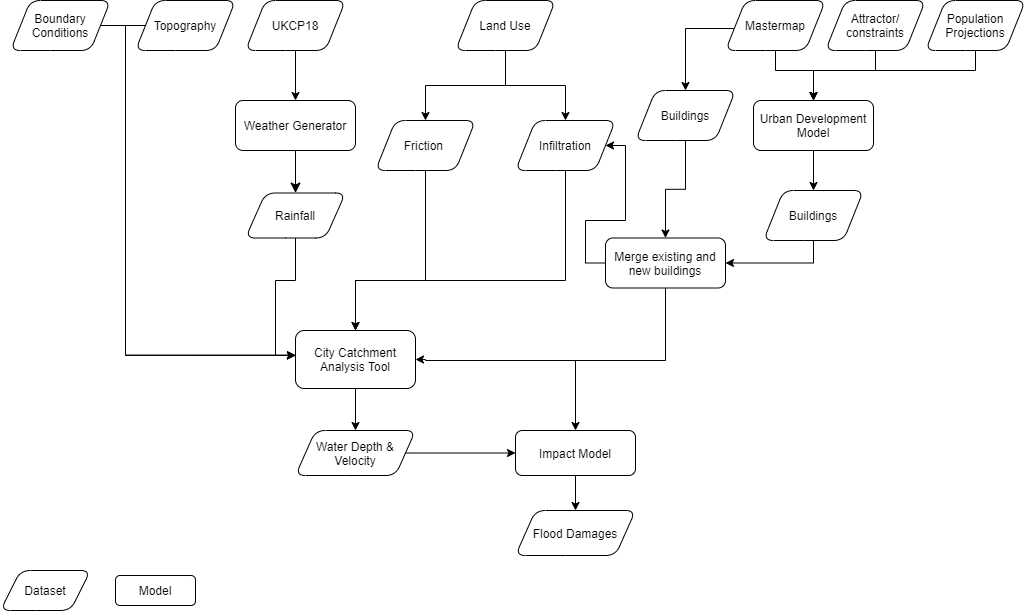
Earlier version of the draw.io export flood/openclim-flood-workflow.png (OpenCLIM/workflow-diagrams). Source tidied: cells renumbered, new cells last; positions are measured from the earlier drawing's top-left corner, leaving out a move shared by most shapes.
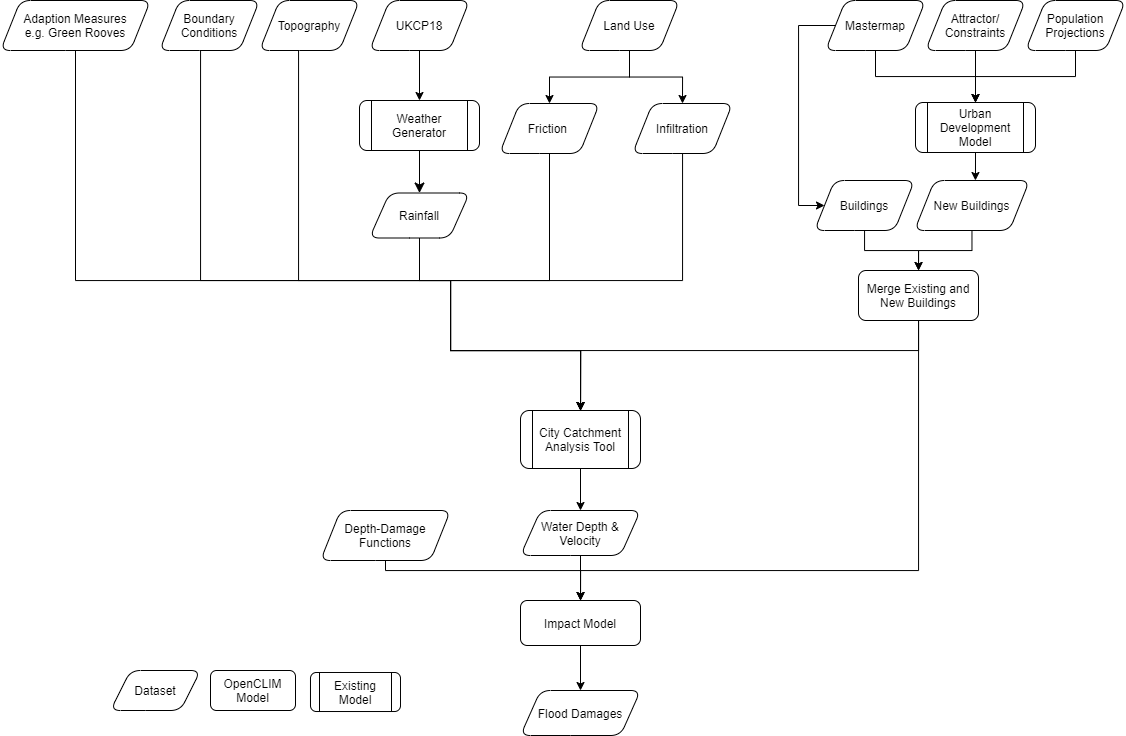
After the change.

Diff of the diagram source:
```diff
@@ -5,85 +5,71 @@
     <mxCell id="2" style="rounded=0;html=1;jettySize=auto;fontSize=11;endArrow=classic;endFill=1;endSize=8;strokeWidth=1;shadow=0;labelBackgroundColor=none;edgeStyle=orthogonalEdgeStyle;entryX=0.5;entryY=0;entryDx=0;entryDy=0;" parent="1" edge="1" source="3" target="26">
       <mxGeometry relative="1" as="geometry" />
     </mxCell>
-    <mxCell id="3" value="Weather Generator" style="rounded=1;whiteSpace=wrap;html=1;fontSize=12;glass=0;strokeWidth=1;shadow=0;" parent="1" vertex="1">
-      <mxGeometry x="235" y="100" width="120" height="50" as="geometry" />
+    <mxCell id="3" value="Weather Generator" style="shape=process;whiteSpace=wrap;html=1;backgroundOutline=1;shadow=0;fontFamily=Helvetica;fontSize=12;fontColor=#000000;align=center;strokeColor=#000000;strokeWidth=1;fillColor=#ffffff;rounded=1;" parent="1" vertex="1">
+      <mxGeometry x="114" y="100" width="120" height="50" as="geometry" />
     </mxCell>
     <mxCell id="4" style="edgeStyle=orthogonalEdgeStyle;rounded=0;jettySize=auto;html=1;" parent="1" edge="1" source="5" target="3">
       <mxGeometry relative="1" as="geometry" />
     </mxCell>
     <mxCell id="5" value="UKCP18" style="shape=parallelogram;perimeter=parallelogramPerimeter;whiteSpace=wrap;html=1;fixedSize=1;rounded=1;" parent="1" vertex="1">
-      <mxGeometry x="245" width="100" height="50" as="geometry" />
+      <mxGeometry x="124" width="100" height="50" as="geometry" />
     </mxCell>
-    <mxCell id="6" style="edgeStyle=orthogonalEdgeStyle;rounded=0;jettySize=auto;html=1;entryX=0.5;entryY=0;entryDx=0;entryDy=0;exitX=0.5;exitY=1;exitDx=0;exitDy=0;" parent="1" edge="1" source="7" target="9">
-      <mxGeometry relative="1" as="geometry">
-        <Array as="points">
-          <mxPoint x="975" y="70" />
-          <mxPoint x="813" y="70" />
-        </Array>
-      </mxGeometry>
+    <mxCell id="6" style="edgeStyle=orthogonalEdgeStyle;rounded=0;jettySize=auto;html=1;" parent="1" edge="1" source="7" target="9">
+      <mxGeometry relative="1" as="geometry" />
     </mxCell>
     <mxCell id="7" value="Population Projections" style="shape=parallelogram;perimeter=parallelogramPerimeter;whiteSpace=wrap;html=1;fixedSize=1;rounded=1;" parent="1" vertex="1">
-      <mxGeometry x="925" width="100" height="50" as="geometry" />
+      <mxGeometry x="780" width="100" height="50" as="geometry" />
     </mxCell>
-    <mxCell id="8" style="edgeStyle=orthogonalEdgeStyle;rounded=0;jettySize=auto;html=1;exitX=0.5;exitY=1;exitDx=0;exitDy=0;entryX=0.5;entryY=0;entryDx=0;entryDy=0;" parent="1" edge="1" source="9" target="13">
+    <mxCell id="8" style="edgeStyle=orthogonalEdgeStyle;rounded=0;jettySize=auto;html=1;entryX=0.53;entryY=0;entryDx=0;entryDy=0;entryPerimeter=0;" parent="1" edge="1" source="9" target="13">
       <mxGeometry relative="1" as="geometry" />
     </mxCell>
-    <mxCell id="9" value="Urban Development Model" style="rounded=1;whiteSpace=wrap;html=1;fontSize=12;glass=0;strokeWidth=1;shadow=0;" parent="1" vertex="1">
-      <mxGeometry x="753" y="100" width="120" height="50" as="geometry" />
+    <mxCell id="9" value="Urban Development Model" style="shape=process;whiteSpace=wrap;html=1;backgroundOutline=1;shadow=0;fontFamily=Helvetica;fontSize=12;fontColor=#000000;align=center;strokeColor=#000000;strokeWidth=1;fillColor=#ffffff;rounded=1;" parent="1" vertex="1">
+      <mxGeometry x="670" y="102" width="120" height="50" as="geometry" />
     </mxCell>
-    <mxCell id="10" style="edgeStyle=orthogonalEdgeStyle;rounded=0;jettySize=auto;html=1;entryX=-0.001;entryY=0.43;entryDx=0;entryDy=0;entryPerimeter=0;" parent="1" edge="1" source="11" target="24">
+    <mxCell id="10" style="edgeStyle=orthogonalEdgeStyle;rounded=0;jettySize=auto;html=1;entryX=0.5;entryY=0;entryDx=0;entryDy=0;" parent="1" edge="1" source="11" target="24">
       <mxGeometry relative="1" as="geometry">
         <Array as="points">
-          <mxPoint x="125" y="25" />
-          <mxPoint x="125" y="355" />
+          <mxPoint x="-45" y="280" />
+          <mxPoint x="205" y="280" />
+          <mxPoint x="205" y="350" />
+          <mxPoint x="335" y="350" />
         </Array>
       </mxGeometry>
     </mxCell>
     <mxCell id="11" value="Boundary Conditions" style="shape=parallelogram;perimeter=parallelogramPerimeter;whiteSpace=wrap;html=1;fixedSize=1;rounded=1;" parent="1" vertex="1">
-      <mxGeometry x="10" width="100" height="50" as="geometry" />
+      <mxGeometry x="-86" width="100" height="50" as="geometry" />
     </mxCell>
-    <mxCell id="12" style="edgeStyle=orthogonalEdgeStyle;rounded=0;jettySize=auto;html=1;exitX=0.5;exitY=1;exitDx=0;exitDy=0;" parent="1" edge="1" source="13" target="42">
+    <mxCell id="12" style="edgeStyle=orthogonalEdgeStyle;rounded=0;jettySize=auto;html=1;entryX=0.5;entryY=0;entryDx=0;entryDy=0;" parent="1" edge="1" source="13" target="42">
       <mxGeometry relative="1" as="geometry" />
     </mxCell>
-    <mxCell id="13" value="Buildings" style="shape=parallelogram;perimeter=parallelogramPerimeter;whiteSpace=wrap;html=1;fixedSize=1;rounded=1;" parent="1" vertex="1">
-      <mxGeometry x="763" y="190" width="100" height="50" as="geometry" />
+    <mxCell id="13" value="New Buildings" style="shape=parallelogram;perimeter=parallelogramPerimeter;whiteSpace=wrap;html=1;fixedSize=1;rounded=1;" parent="1" vertex="1">
+      <mxGeometry x="669" y="180" width="115" height="50" as="geometry" />
     </mxCell>
     <mxCell id="14" style="edgeStyle=orthogonalEdgeStyle;rounded=0;jettySize=auto;html=1;entryX=0.5;entryY=0;entryDx=0;entryDy=0;" parent="1" edge="1" source="16" target="9">
-      <mxGeometry relative="1" as="geometry">
-        <Array as="points">
-          <mxPoint x="775" y="70" />
-          <mxPoint x="813" y="70" />
-        </Array>
-      </mxGeometry>
+      <mxGeometry relative="1" as="geometry" />
     </mxCell>
-    <mxCell id="15" style="edgeStyle=orthogonalEdgeStyle;rounded=0;jettySize=auto;html=1;entryX=0.5;entryY=0;entryDx=0;entryDy=0;" parent="1" edge="1" source="16" target="38">
+    <mxCell id="15" style="edgeStyle=orthogonalEdgeStyle;rounded=0;jettySize=auto;html=1;" parent="1" edge="1" source="16" target="38">
       <mxGeometry relative="1" as="geometry">
         <Array as="points">
-          <mxPoint x="685" y="28" />
+          <mxPoint x="553" y="25" />
         </Array>
       </mxGeometry>
     </mxCell>
     <mxCell id="16" value="Mastermap" style="shape=parallelogram;perimeter=parallelogramPerimeter;whiteSpace=wrap;html=1;fixedSize=1;rounded=1;" parent="1" vertex="1">
-      <mxGeometry x="725" width="100" height="50" as="geometry" />
+      <mxGeometry x="580" width="100" height="50" as="geometry" />
     </mxCell>
-    <mxCell id="17" style="edgeStyle=orthogonalEdgeStyle;rounded=0;jettySize=auto;html=1;entryX=0;entryY=0.424;entryDx=0;entryDy=0;entryPerimeter=0;" parent="1" edge="1" source="31" target="24">
-      <mxGeometry relative="1" as="geometry">
-        <Array as="points">
-          <mxPoint x="125" y="25" />
-          <mxPoint x="125" y="355" />
-        </Array>
-      </mxGeometry>
-    </mxCell>
     <mxCell id="18" style="edgeStyle=orthogonalEdgeStyle;rounded=0;jettySize=auto;html=1;entryX=0.5;entryY=0;entryDx=0;entryDy=0;" parent="1" edge="1" source="19" target="24">
       <mxGeometry relative="1" as="geometry">
         <Array as="points">
-          <mxPoint x="425" y="280" />
-          <mxPoint x="355" y="280" />
+          <mxPoint x="304" y="280" />
+          <mxPoint x="205" y="280" />
+          <mxPoint x="205" y="350" />
+          <mxPoint x="335" y="350" />
         </Array>
       </mxGeometry>
     </mxCell>
     <mxCell id="19" value="Friction&amp;nbsp;" style="shape=parallelogram;perimeter=parallelogramPerimeter;whiteSpace=wrap;html=1;fixedSize=1;rounded=1;" parent="1" vertex="1">
-      <mxGeometry x="375" y="120" width="100" height="50" as="geometry" />
+      <mxGeometry x="254" y="103" width="100" height="50" as="geometry" />
     </mxCell>
     <mxCell id="20" style="edgeStyle=orthogonalEdgeStyle;rounded=0;jettySize=auto;html=1;entryX=0.5;entryY=0;entryDx=0;entryDy=0;" parent="1" edge="1" source="22" target="30">
       <mxGeometry relative="1" as="geometry" />
@@ -92,106 +78,131 @@
       <mxGeometry relative="1" as="geometry" />
     </mxCell>
     <mxCell id="22" value="Land Use" style="shape=parallelogram;perimeter=parallelogramPerimeter;whiteSpace=wrap;html=1;fixedSize=1;rounded=1;" parent="1" vertex="1">
-      <mxGeometry x="455" width="100" height="50" as="geometry" />
+      <mxGeometry x="334" width="100" height="50" as="geometry" />
     </mxCell>
     <mxCell id="23" style="edgeStyle=orthogonalEdgeStyle;rounded=0;jettySize=auto;html=1;entryX=0.5;entryY=0;entryDx=0;entryDy=0;" parent="1" edge="1" source="24" target="33">
       <mxGeometry relative="1" as="geometry" />
     </mxCell>
-    <mxCell id="24" value="City Catchment Analysis Tool" style="rounded=1;whiteSpace=wrap;html=1;fontSize=12;glass=0;strokeWidth=1;shadow=0;" parent="1" vertex="1">
-      <mxGeometry x="295" y="330" width="120" height="58" as="geometry" />
+    <mxCell id="24" value="City Catchment Analysis Tool" style="shape=process;whiteSpace=wrap;html=1;backgroundOutline=1;shadow=0;fontFamily=Helvetica;fontSize=12;fontColor=#000000;align=center;strokeColor=#000000;strokeWidth=1;fillColor=#ffffff;rounded=1;" parent="1" vertex="1">
+      <mxGeometry x="275" y="410" width="120" height="58" as="geometry" />
     </mxCell>
-    <mxCell id="25" style="edgeStyle=orthogonalEdgeStyle;rounded=0;jettySize=auto;html=1;" parent="1" edge="1" source="26" target="24">
+    <mxCell id="25" style="edgeStyle=orthogonalEdgeStyle;rounded=0;jettySize=auto;html=1;entryX=0.5;entryY=0;entryDx=0;entryDy=0;" parent="1" edge="1" source="26" target="24">
       <mxGeometry relative="1" as="geometry">
         <Array as="points">
-          <mxPoint x="295" y="280" />
-          <mxPoint x="275" y="280" />
-          <mxPoint x="275" y="355" />
+          <mxPoint x="174" y="280" />
+          <mxPoint x="205" y="280" />
+          <mxPoint x="205" y="350" />
+          <mxPoint x="335" y="350" />
         </Array>
       </mxGeometry>
     </mxCell>
     <mxCell id="26" value="Rainfall" style="shape=parallelogram;perimeter=parallelogramPerimeter;whiteSpace=wrap;html=1;fixedSize=1;rounded=1;" parent="1" vertex="1">
-      <mxGeometry x="245" y="192.5" width="100" height="45" as="geometry" />
+      <mxGeometry x="124" y="192.5" width="100" height="45" as="geometry" />
     </mxCell>
     <mxCell id="27" value="Dataset" style="shape=parallelogram;perimeter=parallelogramPerimeter;whiteSpace=wrap;html=1;fixedSize=1;rounded=1;" parent="1" vertex="1">
-      <mxGeometry y="570" width="90" height="40" as="geometry" />
+      <mxGeometry x="-135" y="670" width="90" height="40" as="geometry" />
     </mxCell>
-    <mxCell id="28" value="Model" style="rounded=1;whiteSpace=wrap;html=1;fontSize=12;glass=0;strokeWidth=1;shadow=0;" parent="1" vertex="1">
-      <mxGeometry x="115" y="575" width="80" height="30" as="geometry" />
+    <mxCell id="28" value="OpenCLIM Model" style="rounded=1;whiteSpace=wrap;html=1;fontSize=12;glass=0;strokeWidth=1;shadow=0;" parent="1" vertex="1">
+      <mxGeometry x="-35" y="670" width="85" height="40" as="geometry" />
     </mxCell>
     <mxCell id="29" style="edgeStyle=orthogonalEdgeStyle;rounded=0;jettySize=auto;html=1;entryX=0.5;entryY=0;entryDx=0;entryDy=0;" parent="1" edge="1" source="30" target="24">
       <mxGeometry relative="1" as="geometry">
         <Array as="points">
-          <mxPoint x="565" y="280" />
-          <mxPoint x="355" y="280" />
+          <mxPoint x="437" y="280" />
+          <mxPoint x="205" y="280" />
+          <mxPoint x="205" y="350" />
+          <mxPoint x="335" y="350" />
         </Array>
       </mxGeometry>
     </mxCell>
     <mxCell id="30" value="Infiltration" style="shape=parallelogram;perimeter=parallelogramPerimeter;whiteSpace=wrap;html=1;fixedSize=1;rounded=1;" parent="1" vertex="1">
-      <mxGeometry x="515" y="120" width="100" height="50" as="geometry" />
+      <mxGeometry x="387" y="103" width="100" height="50" as="geometry" />
     </mxCell>
+    <mxCell id="17" style="edgeStyle=orthogonalEdgeStyle;rounded=0;jettySize=auto;html=1;" parent="1" edge="1" source="31" target="24">
+      <mxGeometry relative="1" as="geometry">
+        <Array as="points">
+          <mxPoint x="53" y="280" />
+          <mxPoint x="205" y="280" />
+          <mxPoint x="205" y="350" />
+          <mxPoint x="335" y="350" />
+        </Array>
+      </mxGeometry>
+    </mxCell>
     <mxCell id="31" value="Topography" style="shape=parallelogram;perimeter=parallelogramPerimeter;whiteSpace=wrap;html=1;fixedSize=1;rounded=1;" parent="1" vertex="1">
-      <mxGeometry x="135" width="100" height="50" as="geometry" />
+      <mxGeometry x="14" width="100" height="50" as="geometry" />
     </mxCell>
-    <mxCell id="32" style="edgeStyle=orthogonalEdgeStyle;rounded=0;jettySize=auto;html=1;entryX=0;entryY=0.5;entryDx=0;entryDy=0;" parent="1" edge="1" source="33" target="35">
+    <mxCell id="32" style="edgeStyle=orthogonalEdgeStyle;rounded=0;jettySize=auto;html=1;entryX=0.5;entryY=0;entryDx=0;entryDy=0;" parent="1" edge="1" source="33" target="35">
       <mxGeometry relative="1" as="geometry" />
     </mxCell>
     <mxCell id="33" value="Water Depth &amp;amp; Velocity" style="shape=parallelogram;perimeter=parallelogramPerimeter;whiteSpace=wrap;html=1;fixedSize=1;rounded=1;" parent="1" vertex="1">
-      <mxGeometry x="295" y="430" width="120" height="45" as="geometry" />
+      <mxGeometry x="275" y="510" width="120" height="45" as="geometry" />
     </mxCell>
     <mxCell id="34" style="edgeStyle=orthogonalEdgeStyle;rounded=0;jettySize=auto;html=1;entryX=0.5;entryY=0;entryDx=0;entryDy=0;" parent="1" edge="1" source="35" target="36">
       <mxGeometry relative="1" as="geometry" />
     </mxCell>
     <mxCell id="35" value="Impact Model" style="rounded=1;whiteSpace=wrap;html=1;" parent="1" vertex="1">
-      <mxGeometry x="515" y="430" width="120" height="45" as="geometry" />
+      <mxGeometry x="275" y="600" width="120" height="45" as="geometry" />
     </mxCell>
     <mxCell id="36" value="Flood Damages" style="shape=parallelogram;perimeter=parallelogramPerimeter;whiteSpace=wrap;html=1;fixedSize=1;rounded=1;" parent="1" vertex="1">
-      <mxGeometry x="515" y="510" width="120" height="45" as="geometry" />
+      <mxGeometry x="275" y="690" width="120" height="45" as="geometry" />
     </mxCell>
     <mxCell id="37" style="edgeStyle=orthogonalEdgeStyle;rounded=0;jettySize=auto;html=1;" parent="1" edge="1" source="38" target="42">
       <mxGeometry relative="1" as="geometry" />
     </mxCell>
     <mxCell id="38" value="Buildings" style="shape=parallelogram;perimeter=parallelogramPerimeter;whiteSpace=wrap;html=1;fixedSize=1;rounded=1;" parent="1" vertex="1">
-      <mxGeometry x="635" y="90" width="100" height="50" as="geometry" />
+      <mxGeometry x="569" y="180" width="100" height="50" as="geometry" />
     </mxCell>
+    <mxCell id="40" style="edgeStyle=orthogonalEdgeStyle;rounded=0;jettySize=auto;html=1;entryX=0.5;entryY=0;entryDx=0;entryDy=0;" parent="1" edge="1" source="42" target="24">
+      <mxGeometry relative="1" as="geometry">
+        <Array as="points">
+          <mxPoint x="673" y="350" />
+          <mxPoint x="335" y="350" />
+        </Array>
+      </mxGeometry>
+    </mxCell>
-    <mxCell id="39" style="edgeStyle=orthogonalEdgeStyle;rounded=0;jettySize=auto;html=1;" parent="1" edge="1" source="42" target="35">
+    <mxCell id="39" style="edgeStyle=orthogonalEdgeStyle;rounded=0;jettySize=auto;html=1;entryX=0.5;entryY=0;entryDx=0;entryDy=0;" parent="1" edge="1" source="42" target="35">
       <mxGeometry relative="1" as="geometry">
         <Array as="points">
-          <mxPoint x="665" y="360" />
-          <mxPoint x="575" y="360" />
+          <mxPoint x="673" y="570" />
+          <mxPoint x="335" y="570" />
         </Array>
       </mxGeometry>
     </mxCell>
-    <mxCell id="40" style="edgeStyle=orthogonalEdgeStyle;rounded=0;jettySize=auto;html=1;entryX=1;entryY=0.5;entryDx=0;entryDy=0;" parent="1" edge="1" source="42" target="24">
-      <mxGeometry relative="1" as="geometry">
-        <Array as="points">
-          <mxPoint x="665" y="360" />
-          <mxPoint x="425" y="360" />
-        </Array>
-      </mxGeometry>
-    </mxCell>
-    <mxCell id="41" style="edgeStyle=orthogonalEdgeStyle;rounded=0;jettySize=auto;html=1;entryX=1;entryY=0.5;entryDx=0;entryDy=0;exitX=0;exitY=0.5;exitDx=0;exitDy=0;" parent="1" edge="1" source="42" target="30">
-      <mxGeometry relative="1" as="geometry">
-        <Array as="points">
-          <mxPoint x="585" y="263" />
-          <mxPoint x="585" y="220" />
-          <mxPoint x="625" y="220" />
-          <mxPoint x="625" y="145" />
-        </Array>
-      </mxGeometry>
-    </mxCell>
-    <mxCell id="42" value="Merge existing and new buildings" style="rounded=1;whiteSpace=wrap;html=1;fontSize=12;glass=0;strokeWidth=1;shadow=0;" parent="1" vertex="1">
-      <mxGeometry x="605" y="237.5" width="120" height="50" as="geometry" />
+    <mxCell id="42" value="Merge Existing and New Buildings" style="rounded=1;whiteSpace=wrap;html=1;fontSize=12;glass=0;strokeWidth=1;shadow=0;" parent="1" vertex="1">
+      <mxGeometry x="613" y="270" width="120" height="50" as="geometry" />
     </mxCell>
-    <mxCell id="43" style="edgeStyle=orthogonalEdgeStyle;rounded=0;jettySize=auto;html=1;" parent="1" edge="1" source="44" target="9">
-      <mxGeometry relative="1" as="geometry">
-        <Array as="points">
-          <mxPoint x="875" y="70" />
-          <mxPoint x="813" y="70" />
-        </Array>
-      </mxGeometry>
+    <mxCell id="43" style="edgeStyle=orthogonalEdgeStyle;rounded=0;jettySize=auto;html=1;exitX=0.5;exitY=1;exitDx=0;exitDy=0;" parent="1" edge="1" source="44" target="9">
+      <mxGeometry relative="1" as="geometry" />
     </mxCell>
-    <mxCell id="44" value="&lt;div&gt;Attractor/&lt;/div&gt;&lt;div&gt;constraints&lt;/div&gt;" style="shape=parallelogram;perimeter=parallelogramPerimeter;whiteSpace=wrap;html=1;fixedSize=1;rounded=1;" parent="1" vertex="1">
-      <mxGeometry x="825" width="100" height="50" as="geometry" />
+    <mxCell id="44" value="&lt;div&gt;Attractor/&lt;/div&gt;&lt;div&gt;Constraints&lt;/div&gt;" style="shape=parallelogram;perimeter=parallelogramPerimeter;whiteSpace=wrap;html=1;fixedSize=1;rounded=1;" parent="1" vertex="1">
+      <mxGeometry x="680" width="100" height="50" as="geometry" />
     </mxCell>
+    <mxCell id="45" style="edgeStyle=orthogonalEdgeStyle;rounded=0;jettySize=auto;html=1;" parent="1" edge="1" source="46" target="24">
+      <mxGeometry relative="1" as="geometry">
+        <Array as="points">
+          <mxPoint x="-170" y="280" />
+          <mxPoint x="205" y="280" />
+          <mxPoint x="205" y="350" />
+          <mxPoint x="335" y="350" />
+        </Array>
+      </mxGeometry>
+    </mxCell>
+    <mxCell id="46" value="Adaption Measures&lt;br&gt;e.g. Green Rooves" style="shape=parallelogram;perimeter=parallelogramPerimeter;whiteSpace=wrap;html=1;fixedSize=1;rounded=1;" parent="1" vertex="1">
+      <mxGeometry x="-245" width="150" height="50" as="geometry" />
+    </mxCell>
+    <mxCell id="47" value="Existing&lt;br&gt;Model" style="shape=process;whiteSpace=wrap;html=1;backgroundOutline=1;shadow=0;fontFamily=Helvetica;fontSize=12;fontColor=#000000;align=center;strokeColor=#000000;strokeWidth=1;fillColor=#ffffff;rounded=1;" parent="1" vertex="1">
+      <mxGeometry x="65" y="672" width="90" height="39" as="geometry" />
+    </mxCell>
+    <mxCell id="48" style="edgeStyle=orthogonalEdgeStyle;rounded=0;jettySize=auto;html=1;" parent="1" edge="1" source="49" target="35">
+      <mxGeometry relative="1" as="geometry">
+        <Array as="points">
+          <mxPoint x="140" y="570" />
+          <mxPoint x="335" y="570" />
+        </Array>
+      </mxGeometry>
+    </mxCell>
+    <mxCell id="49" value="Depth-Damage&lt;br&gt;Functions" style="shape=parallelogram;perimeter=parallelogramPerimeter;whiteSpace=wrap;html=1;fixedSize=1;rounded=1;" parent="1" vertex="1">
+      <mxGeometry x="75" y="510" width="130" height="50" as="geometry" />
+    </mxCell>
   </root>
 </mxGraphModel>
```
